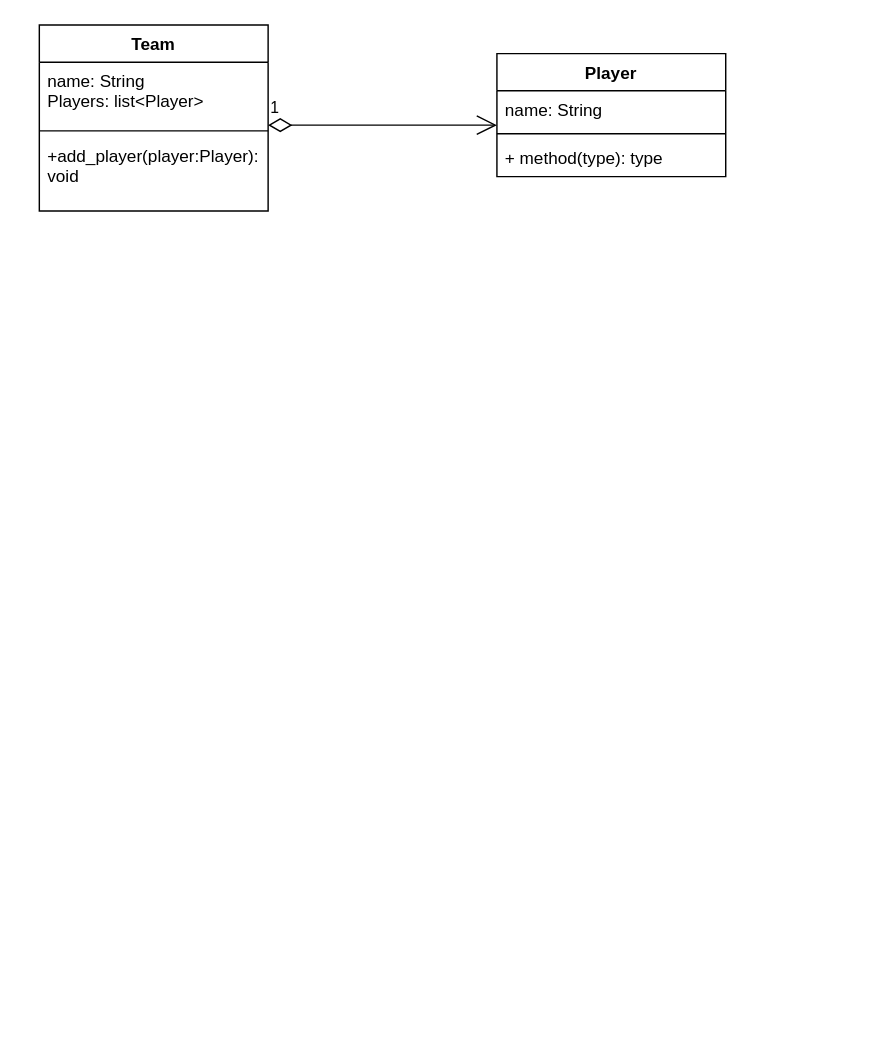
AustraIian/AustraIian keeps this draw.io diagram as Classes.drawio. Above is the earlier version. Source tidied: cells renumbered, new cells numbered last; positions are measured from the earlier drawing's top-left corner, leaving out a move shared by most shapes. Both pictures are drawn from the tidied source at 143%, with x=0, y=0 at pixel (39, 24).
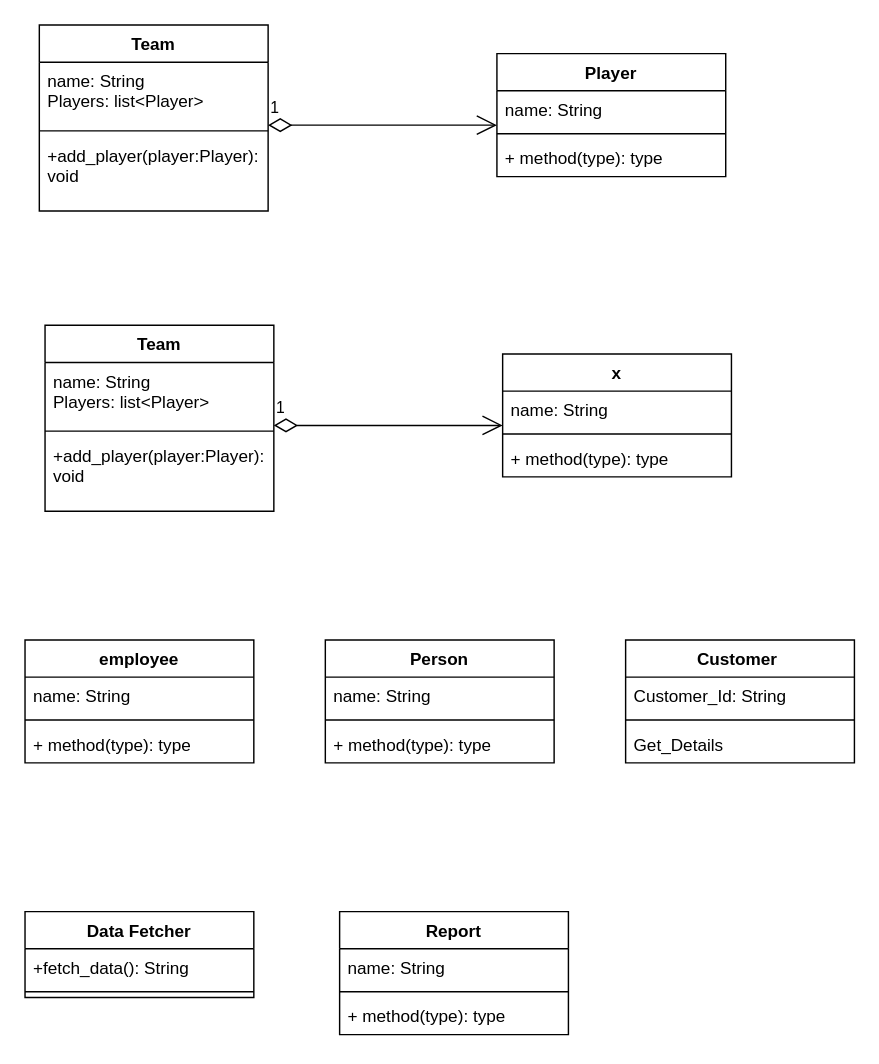
Above is the later version.

Change to the diagram source:
```diff
@@
+    <mxCell id="11" value="x" style="swimlane;fontStyle=1;align=center;verticalAlign=top;horizontal=1;startSize=26;whiteSpace=wrap;html=1;" parent="1" vertex="1">
+      <mxGeometry x="324" y="230" width="160" height="86" as="geometry" />
+    </mxCell>
+    <mxCell id="12" value="name: String" style="text;strokeColor=none;fillColor=none;align=left;verticalAlign=top;spacingLeft=4;spacingRight=4;overflow=hidden;whiteSpace=wrap;html=1;" parent="11" vertex="1">
+      <mxGeometry y="26" width="160" height="26" as="geometry" />
+    </mxCell>
+    <mxCell id="13" style="line;strokeWidth=1;fillColor=none;align=left;verticalAlign=middle;spacingTop=-1;spacingLeft=3;spacingRight=3;labelPosition=right;strokeColor=inherit;" parent="11" vertex="1">
+      <mxGeometry y="52" width="160" height="8" as="geometry" />
+    </mxCell>
+    <mxCell id="14" value="+ method(type): type" style="text;strokeColor=none;fillColor=none;align=left;verticalAlign=top;spacingLeft=4;spacingRight=4;overflow=hidden;whiteSpace=wrap;html=1;" parent="11" vertex="1">
+      <mxGeometry y="60" width="160" height="26" as="geometry" />
+    </mxCell>
+    <mxCell id="15" value="Team" style="swimlane;fontStyle=1;align=center;verticalAlign=top;horizontal=1;startSize=26;whiteSpace=wrap;html=1;" parent="1" vertex="1">
+      <mxGeometry x="4" y="210" width="160" height="130" as="geometry" />
+    </mxCell>
+    <mxCell id="16" value="name: String&lt;div&gt;Players: list&amp;lt;Player&amp;gt;&lt;/div&gt;" style="text;strokeColor=none;fillColor=none;align=left;verticalAlign=top;spacingLeft=4;spacingRight=4;overflow=hidden;whiteSpace=wrap;html=1;" parent="15" vertex="1">
+      <mxGeometry y="26" width="160" height="44" as="geometry" />
+    </mxCell>
+    <mxCell id="17" style="line;strokeWidth=1;fillColor=none;align=left;verticalAlign=middle;spacingTop=-1;spacingLeft=3;spacingRight=3;labelPosition=right;strokeColor=inherit;" parent="15" vertex="1">
+      <mxGeometry y="70" width="160" height="8" as="geometry" />
+    </mxCell>
+    <mxCell id="18" value="+add_player(player:Player): void" style="text;strokeColor=none;fillColor=none;align=left;verticalAlign=top;spacingLeft=4;spacingRight=4;overflow=hidden;whiteSpace=wrap;html=1;" parent="15" vertex="1">
+      <mxGeometry y="78" width="160" height="52" as="geometry" />
+    </mxCell>
+    <mxCell id="19" value="1" style="endArrow=open;html=1;endSize=12;startArrow=diamondThin;startSize=14;startFill=0;edgeStyle=orthogonalEdgeStyle;align=left;verticalAlign=bottom;rounded=0;" parent="1" edge="1">
+      <mxGeometry x="-1" y="3" relative="1" as="geometry">
+        <mxPoint x="164" y="280" as="sourcePoint" />
+        <mxPoint x="324" y="280" as="targetPoint" />
+      </mxGeometry>
+    </mxCell>
+    <mxCell id="20" value="employee" style="swimlane;fontStyle=1;align=center;verticalAlign=top;horizontal=1;startSize=26;whiteSpace=wrap;html=1;" parent="1" vertex="1">
+      <mxGeometry x="-10" y="430" width="160" height="86" as="geometry" />
+    </mxCell>
+    <mxCell id="21" value="name: String" style="text;strokeColor=none;fillColor=none;align=left;verticalAlign=top;spacingLeft=4;spacingRight=4;overflow=hidden;whiteSpace=wrap;html=1;" parent="20" vertex="1">
+      <mxGeometry y="26" width="160" height="26" as="geometry" />
+    </mxCell>
+    <mxCell id="22" style="line;strokeWidth=1;fillColor=none;align=left;verticalAlign=middle;spacingTop=-1;spacingLeft=3;spacingRight=3;labelPosition=right;strokeColor=inherit;" parent="20" vertex="1">
+      <mxGeometry y="52" width="160" height="8" as="geometry" />
+    </mxCell>
+    <mxCell id="23" value="+ method(type): type" style="text;strokeColor=none;fillColor=none;align=left;verticalAlign=top;spacingLeft=4;spacingRight=4;overflow=hidden;whiteSpace=wrap;html=1;" parent="20" vertex="1">
+      <mxGeometry y="60" width="160" height="26" as="geometry" />
+    </mxCell>
+    <mxCell id="24" value="Person" style="swimlane;fontStyle=1;align=center;verticalAlign=top;horizontal=1;startSize=26;whiteSpace=wrap;html=1;" parent="1" vertex="1">
+      <mxGeometry x="200" y="430" width="160" height="86" as="geometry" />
+    </mxCell>
+    <mxCell id="25" value="name: String" style="text;strokeColor=none;fillColor=none;align=left;verticalAlign=top;spacingLeft=4;spacingRight=4;overflow=hidden;whiteSpace=wrap;html=1;" parent="24" vertex="1">
+      <mxGeometry y="26" width="160" height="26" as="geometry" />
+    </mxCell>
+    <mxCell id="26" style="line;strokeWidth=1;fillColor=none;align=left;verticalAlign=middle;spacingTop=-1;spacingLeft=3;spacingRight=3;labelPosition=right;strokeColor=inherit;" parent="24" vertex="1">
+      <mxGeometry y="52" width="160" height="8" as="geometry" />
+    </mxCell>
+    <mxCell id="27" value="+ method(type): type" style="text;strokeColor=none;fillColor=none;align=left;verticalAlign=top;spacingLeft=4;spacingRight=4;overflow=hidden;whiteSpace=wrap;html=1;" parent="24" vertex="1">
+      <mxGeometry y="60" width="160" height="26" as="geometry" />
+    </mxCell>
+    <mxCell id="28" value="Customer&amp;nbsp;" style="swimlane;fontStyle=1;align=center;verticalAlign=top;horizontal=1;startSize=26;whiteSpace=wrap;html=1;" parent="1" vertex="1">
+      <mxGeometry x="410" y="430" width="160" height="86" as="geometry" />
+    </mxCell>
+    <mxCell id="29" value="Customer_Id: String" style="text;strokeColor=none;fillColor=none;align=left;verticalAlign=top;spacingLeft=4;spacingRight=4;overflow=hidden;whiteSpace=wrap;html=1;" parent="28" vertex="1">
+      <mxGeometry y="26" width="160" height="26" as="geometry" />
+    </mxCell>
+    <mxCell id="30" style="line;strokeWidth=1;fillColor=none;align=left;verticalAlign=middle;spacingTop=-1;spacingLeft=3;spacingRight=3;labelPosition=right;strokeColor=inherit;" parent="28" vertex="1">
+      <mxGeometry y="52" width="160" height="8" as="geometry" />
+    </mxCell>
+    <mxCell id="31" value="Get_Details&amp;nbsp;" style="text;strokeColor=none;fillColor=none;align=left;verticalAlign=top;spacingLeft=4;spacingRight=4;overflow=hidden;whiteSpace=wrap;html=1;" parent="28" vertex="1">
+      <mxGeometry y="60" width="160" height="26" as="geometry" />
+    </mxCell>
+    <mxCell id="32" value="Data Fetcher" style="swimlane;fontStyle=1;align=center;verticalAlign=top;horizontal=1;startSize=26;whiteSpace=wrap;html=1;" parent="1" vertex="1">
+      <mxGeometry x="-10" y="620" width="160" height="60" as="geometry" />
+    </mxCell>
+    <mxCell id="33" value="+fetch_data(): String&amp;nbsp;" style="text;strokeColor=none;fillColor=none;align=left;verticalAlign=top;spacingLeft=4;spacingRight=4;overflow=hidden;whiteSpace=wrap;html=1;" parent="32" vertex="1">
+      <mxGeometry y="26" width="160" height="26" as="geometry" />
+    </mxCell>
+    <mxCell id="34" style="line;strokeWidth=1;fillColor=none;align=left;verticalAlign=middle;spacingTop=-1;spacingLeft=3;spacingRight=3;labelPosition=right;strokeColor=inherit;" parent="32" vertex="1">
+      <mxGeometry y="52" width="160" height="8" as="geometry" />
+    </mxCell>
+    <mxCell id="35" value="Report" style="swimlane;fontStyle=1;align=center;verticalAlign=top;horizontal=1;startSize=26;whiteSpace=wrap;html=1;" parent="1" vertex="1">
+      <mxGeometry x="210" y="620" width="160" height="86" as="geometry" />
+    </mxCell>
+    <mxCell id="36" value="name: String" style="text;strokeColor=none;fillColor=none;align=left;verticalAlign=top;spacingLeft=4;spacingRight=4;overflow=hidden;whiteSpace=wrap;html=1;" parent="35" vertex="1">
+      <mxGeometry y="26" width="160" height="26" as="geometry" />
+    </mxCell>
+    <mxCell id="37" style="line;strokeWidth=1;fillColor=none;align=left;verticalAlign=middle;spacingTop=-1;spacingLeft=3;spacingRight=3;labelPosition=right;strokeColor=inherit;" parent="35" vertex="1">
+      <mxGeometry y="52" width="160" height="8" as="geometry" />
+    </mxCell>
+    <mxCell id="38" value="+ method(type): type" style="text;strokeColor=none;fillColor=none;align=left;verticalAlign=top;spacingLeft=4;spacingRight=4;overflow=hidden;whiteSpace=wrap;html=1;" parent="35" vertex="1">
+      <mxGeometry y="60" width="160" height="26" as="geometry" />
+    </mxCell>
```
